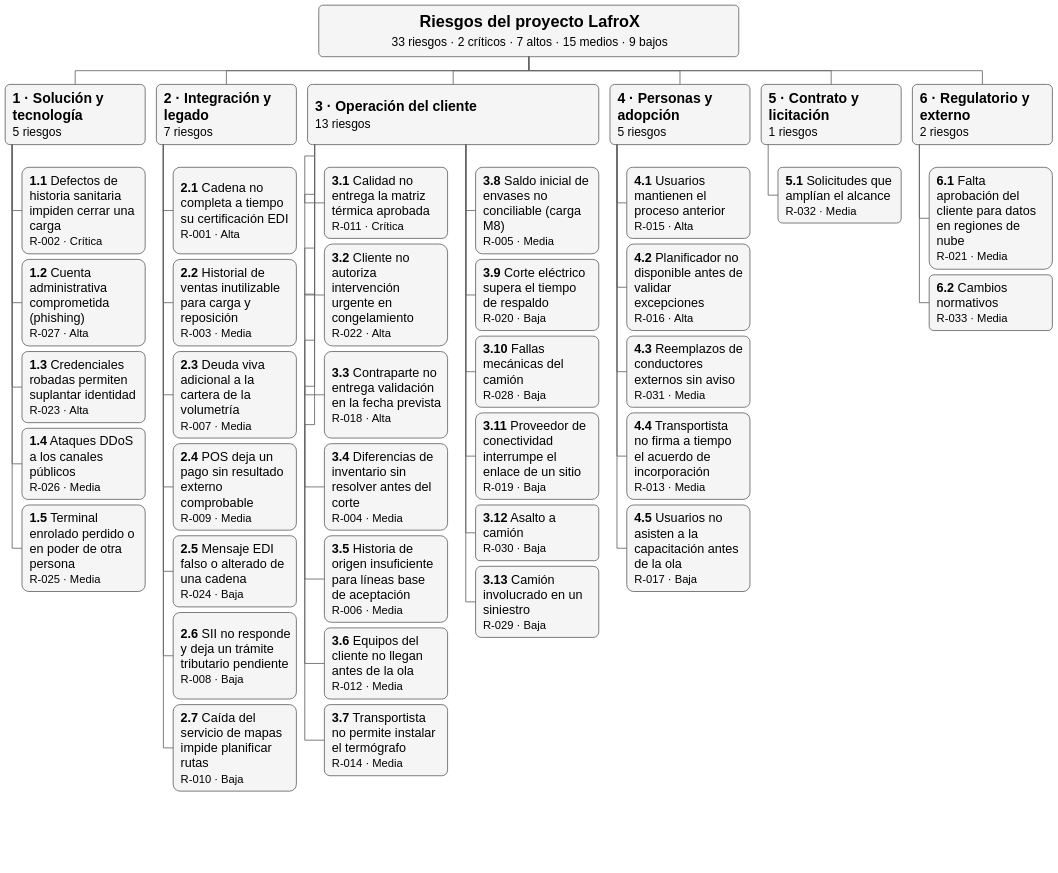
Above: 08_plan_riesgos/figuras/LafroX_RBS_riesgos.drawio in PatricioH315/LafroX (draw.io), before the change. Source tidied: cells renumbered, new cells numbered last; positions are measured from the earlier drawing's top-left corner, leaving out a move shared by most shapes. Both pictures are drawn from the tidied source at 28%, with x=0, y=0 at pixel (5, 5).
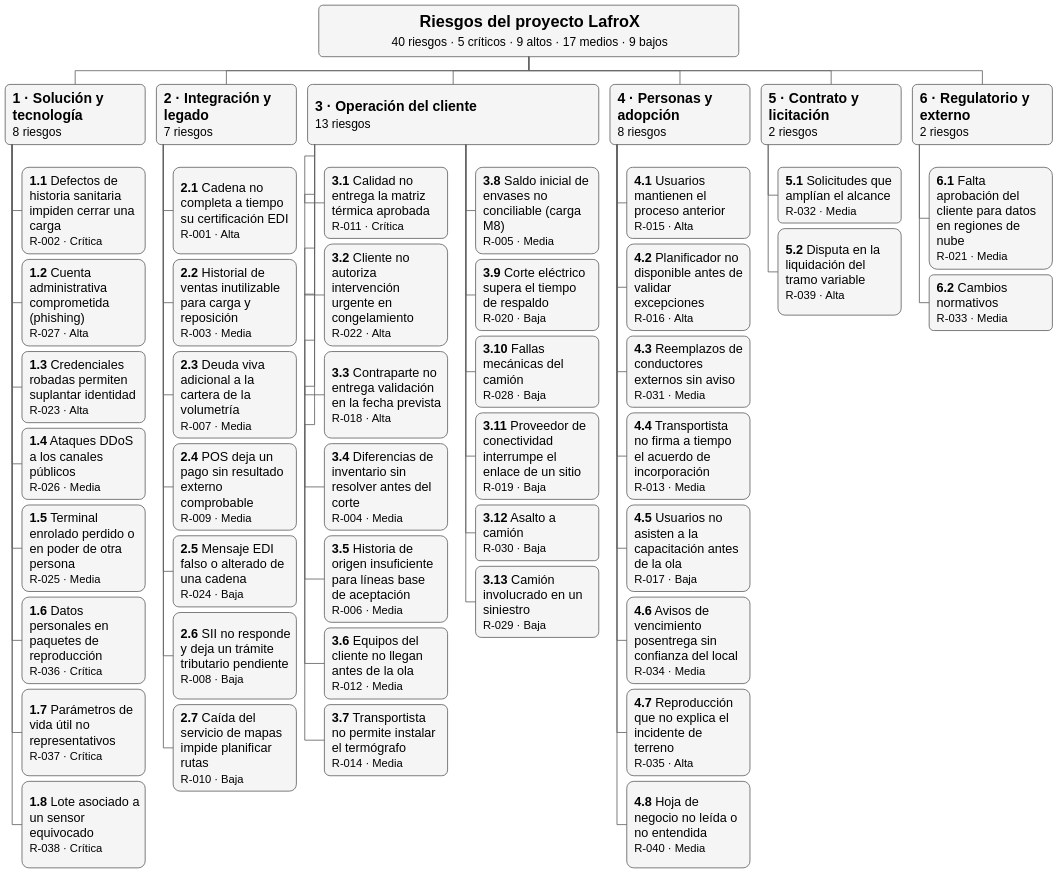
After the change.

The edit, as a diff of the source:
```diff
@@
-    <mxCell id="2" value="&lt;b&gt;1 · Solución y tecnología&lt;/b&gt;&lt;br&gt;&lt;font style=&quot;font-size:43px&quot;&gt;5 riesgos&lt;/font&gt;" style="html=1;whiteSpace=wrap;align=left;spacingLeft=25;spacingRight=18;verticalAlign=middle;rounded=1;arcSize=8;fillColor=#f5f5f5;strokeColor=#666666;strokeWidth=3;fontColor=#000000;fontSize=50;" parent="1" vertex="1">
+    <mxCell id="2" value="&lt;b&gt;1 · Solución y tecnología&lt;/b&gt;&lt;br&gt;&lt;font style=&quot;font-size:43px&quot;&gt;8 riesgos&lt;/font&gt;" style="html=1;whiteSpace=wrap;align=left;spacingLeft=25;spacingRight=18;verticalAlign=middle;rounded=1;arcSize=8;fillColor=#f5f5f5;strokeColor=#666666;strokeWidth=3;fontColor=#000000;fontSize=50;" parent="1" vertex="1">
       <mxGeometry y="283" width="500" height="215" as="geometry" />
     </mxCell>
@@
-    <mxCell id="55" value="&lt;b&gt;4 · Personas y adopción&lt;/b&gt;&lt;br&gt;&lt;font style=&quot;font-size:43px&quot;&gt;5 riesgos&lt;/font&gt;" style="html=1;whiteSpace=wrap;align=left;spacingLeft=25;spacingRight=18;verticalAlign=middle;rounded=1;arcSize=8;fillColor=#f5f5f5;strokeColor=#666666;strokeWidth=3;fontColor=#000000;fontSize=50;" parent="1" vertex="1">
+    <mxCell id="55" value="&lt;b&gt;4 · Personas y adopción&lt;/b&gt;&lt;br&gt;&lt;font style=&quot;font-size:43px&quot;&gt;8 riesgos&lt;/font&gt;" style="html=1;whiteSpace=wrap;align=left;spacingLeft=25;spacingRight=18;verticalAlign=middle;rounded=1;arcSize=8;fillColor=#f5f5f5;strokeColor=#666666;strokeWidth=3;fontColor=#000000;fontSize=50;" parent="1" vertex="1">
       <mxGeometry x="2160" y="283" width="500" height="215" as="geometry" />
     </mxCell>
@@
-    <mxCell id="66" value="&lt;b&gt;5 · Contrato y licitación&lt;/b&gt;&lt;br&gt;&lt;font style=&quot;font-size:43px&quot;&gt;1 riesgos&lt;/font&gt;" style="html=1;whiteSpace=wrap;align=left;spacingLeft=25;spacingRight=18;verticalAlign=middle;rounded=1;arcSize=8;fillColor=#f5f5f5;strokeColor=#666666;strokeWidth=3;fontColor=#000000;fontSize=50;" parent="1" vertex="1">
+    <mxCell id="66" value="&lt;b&gt;5 · Contrato y licitación&lt;/b&gt;&lt;br&gt;&lt;font style=&quot;font-size:43px&quot;&gt;2 riesgos&lt;/font&gt;" style="html=1;whiteSpace=wrap;align=left;spacingLeft=25;spacingRight=18;verticalAlign=middle;rounded=1;arcSize=8;fillColor=#f5f5f5;strokeColor=#666666;strokeWidth=3;fontColor=#000000;fontSize=50;" parent="1" vertex="1">
       <mxGeometry x="2700" y="283" width="500" height="215" as="geometry" />
     </mxCell>
@@
-    <mxCell id="74" value="&lt;b&gt;Riesgos del proyecto LafroX&lt;/b&gt;&lt;br&gt;&lt;font style=&quot;font-size:43px&quot;&gt;33 riesgos · 2 críticos · 7 altos · 15 medios · 9 bajos&lt;/font&gt;" style="html=1;whiteSpace=wrap;align=left;spacingLeft=25;spacingRight=18;verticalAlign=middle;rounded=1;arcSize=8;fillColor=#f5f5f5;strokeColor=#666666;strokeWidth=3;fontColor=#000000;fontSize=58;align=center;" parent="1" vertex="1">
+    <mxCell id="74" value="&lt;b&gt;Riesgos del proyecto LafroX&lt;/b&gt;&lt;br&gt;&lt;font style=&quot;font-size:43px&quot;&gt;40 riesgos · 5 críticos · 9 altos · 17 medios · 9 bajos&lt;/font&gt;" style="html=1;whiteSpace=wrap;align=left;spacingLeft=25;spacingRight=18;verticalAlign=middle;rounded=1;arcSize=8;fillColor=#f5f5f5;strokeColor=#666666;strokeWidth=3;fontColor=#000000;fontSize=58;align=center;" parent="1" vertex="1">
       <mxGeometry x="1120" width="1500" height="184" as="geometry" />
     </mxCell>
@@
+    <mxCell id="81" value="&lt;b&gt;1.6&lt;/b&gt;  Datos personales en paquetes de reproducción&lt;br&gt;&lt;font style=&quot;font-size:40px&quot;&gt;R-036 · Crítica&lt;/font&gt;" style="html=1;whiteSpace=wrap;align=left;spacingLeft=25;spacingRight=18;verticalAlign=middle;rounded=1;arcSize=8;fillColor=#f5f5f5;strokeColor=#666666;strokeWidth=3;fontColor=#000000;fontSize=45;" parent="1" vertex="1">
+      <mxGeometry x="60" y="2114" width="440" height="309" as="geometry" />
+    </mxCell>
+    <mxCell id="82" style="edgeStyle=orthogonalEdgeStyle;exitX=0.0500;exitY=1;exitDx=0;exitDy=0;entryX=0;entryY=0.5;entryDx=0;entryDy=0;html=1;endArrow=none;rounded=0;strokeColor=#666666;strokeWidth=3;" parent="1" edge="1" source="2" target="81">
+      <mxGeometry relative="1" as="geometry" />
+    </mxCell>
+    <mxCell id="83" value="&lt;b&gt;1.7&lt;/b&gt;  Parámetros de vida útil no representativos&lt;br&gt;&lt;font style=&quot;font-size:40px&quot;&gt;R-037 · Crítica&lt;/font&gt;" style="html=1;whiteSpace=wrap;align=left;spacingLeft=25;spacingRight=18;verticalAlign=middle;rounded=1;arcSize=8;fillColor=#f5f5f5;strokeColor=#666666;strokeWidth=3;fontColor=#000000;fontSize=45;" parent="1" vertex="1">
+      <mxGeometry x="60" y="2443" width="440" height="309" as="geometry" />
+    </mxCell>
+    <mxCell id="84" style="edgeStyle=orthogonalEdgeStyle;exitX=0.0500;exitY=1;exitDx=0;exitDy=0;entryX=0;entryY=0.5;entryDx=0;entryDy=0;html=1;endArrow=none;rounded=0;strokeColor=#666666;strokeWidth=3;" parent="1" edge="1" source="2" target="83">
+      <mxGeometry relative="1" as="geometry" />
+    </mxCell>
+    <mxCell id="85" value="&lt;b&gt;1.8&lt;/b&gt;  Lote asociado a un sensor equivocado&lt;br&gt;&lt;font style=&quot;font-size:40px&quot;&gt;R-038 · Crítica&lt;/font&gt;" style="html=1;whiteSpace=wrap;align=left;spacingLeft=25;spacingRight=18;verticalAlign=middle;rounded=1;arcSize=8;fillColor=#f5f5f5;strokeColor=#666666;strokeWidth=3;fontColor=#000000;fontSize=45;" parent="1" vertex="1">
+      <mxGeometry x="60" y="2772" width="440" height="309" as="geometry" />
+    </mxCell>
+    <mxCell id="86" style="edgeStyle=orthogonalEdgeStyle;exitX=0.0500;exitY=1;exitDx=0;exitDy=0;entryX=0;entryY=0.5;entryDx=0;entryDy=0;html=1;endArrow=none;rounded=0;strokeColor=#666666;strokeWidth=3;" parent="1" edge="1" source="2" target="85">
+      <mxGeometry relative="1" as="geometry" />
+    </mxCell>
+    <mxCell id="87" value="&lt;b&gt;4.6&lt;/b&gt;  Avisos de vencimiento posentrega sin confianza del local&lt;br&gt;&lt;font style=&quot;font-size:40px&quot;&gt;R-034 · Media&lt;/font&gt;" style="html=1;whiteSpace=wrap;align=left;spacingLeft=25;spacingRight=18;verticalAlign=middle;rounded=1;arcSize=8;fillColor=#f5f5f5;strokeColor=#666666;strokeWidth=3;fontColor=#000000;fontSize=45;" parent="1" vertex="1">
+      <mxGeometry x="2220" y="2114" width="440" height="309" as="geometry" />
+    </mxCell>
+    <mxCell id="88" style="edgeStyle=orthogonalEdgeStyle;exitX=0.0500;exitY=1;exitDx=0;exitDy=0;entryX=0;entryY=0.5;entryDx=0;entryDy=0;html=1;endArrow=none;rounded=0;strokeColor=#666666;strokeWidth=3;" parent="1" edge="1" source="55" target="87">
+      <mxGeometry relative="1" as="geometry" />
+    </mxCell>
+    <mxCell id="89" value="&lt;b&gt;4.7&lt;/b&gt;  Reproducción que no explica el incidente de terreno&lt;br&gt;&lt;font style=&quot;font-size:40px&quot;&gt;R-035 · Alta&lt;/font&gt;" style="html=1;whiteSpace=wrap;align=left;spacingLeft=25;spacingRight=18;verticalAlign=middle;rounded=1;arcSize=8;fillColor=#f5f5f5;strokeColor=#666666;strokeWidth=3;fontColor=#000000;fontSize=45;" parent="1" vertex="1">
+      <mxGeometry x="2220" y="2443" width="440" height="309" as="geometry" />
+    </mxCell>
+    <mxCell id="90" style="edgeStyle=orthogonalEdgeStyle;exitX=0.0500;exitY=1;exitDx=0;exitDy=0;entryX=0;entryY=0.5;entryDx=0;entryDy=0;html=1;endArrow=none;rounded=0;strokeColor=#666666;strokeWidth=3;" parent="1" edge="1" source="55" target="89">
+      <mxGeometry relative="1" as="geometry" />
+    </mxCell>
+    <mxCell id="91" value="&lt;b&gt;4.8&lt;/b&gt;  Hoja de negocio no leída o no entendida&lt;br&gt;&lt;font style=&quot;font-size:40px&quot;&gt;R-040 · Media&lt;/font&gt;" style="html=1;whiteSpace=wrap;align=left;spacingLeft=25;spacingRight=18;verticalAlign=middle;rounded=1;arcSize=8;fillColor=#f5f5f5;strokeColor=#666666;strokeWidth=3;fontColor=#000000;fontSize=45;" parent="1" vertex="1">
+      <mxGeometry x="2220" y="2772" width="440" height="309" as="geometry" />
+    </mxCell>
+    <mxCell id="92" style="edgeStyle=orthogonalEdgeStyle;exitX=0.0500;exitY=1;exitDx=0;exitDy=0;entryX=0;entryY=0.5;entryDx=0;entryDy=0;html=1;endArrow=none;rounded=0;strokeColor=#666666;strokeWidth=3;" parent="1" edge="1" source="55" target="91">
+      <mxGeometry relative="1" as="geometry" />
+    </mxCell>
+    <mxCell id="93" value="&lt;b&gt;5.2&lt;/b&gt;  Disputa en la liquidación del tramo variable&lt;br&gt;&lt;font style=&quot;font-size:40px&quot;&gt;R-039 · Alta&lt;/font&gt;" style="html=1;whiteSpace=wrap;align=left;spacingLeft=25;spacingRight=18;verticalAlign=middle;rounded=1;arcSize=8;fillColor=#f5f5f5;strokeColor=#666666;strokeWidth=3;fontColor=#000000;fontSize=45;" parent="1" vertex="1">
+      <mxGeometry x="2760" y="798" width="440" height="309" as="geometry" />
+    </mxCell>
+    <mxCell id="94" style="edgeStyle=orthogonalEdgeStyle;exitX=0.0500;exitY=1;exitDx=0;exitDy=0;entryX=0;entryY=0.5;entryDx=0;entryDy=0;html=1;endArrow=none;rounded=0;strokeColor=#666666;strokeWidth=3;" parent="1" edge="1" source="66" target="93">
+      <mxGeometry relative="1" as="geometry" />
+    </mxCell>
```
